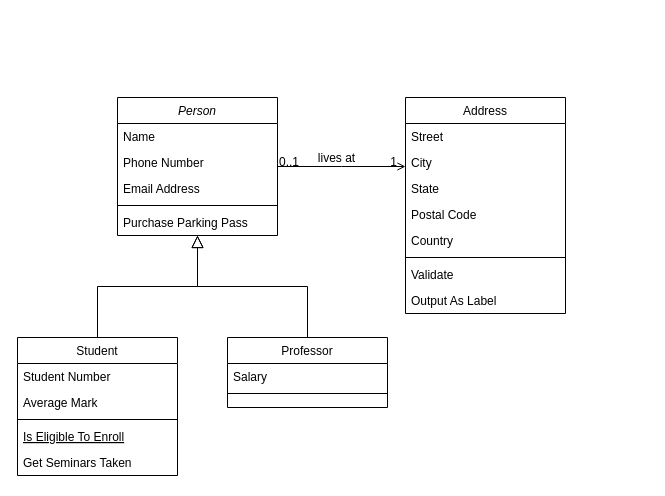
Before: Diagrama sin título.drawio in luiscarlos370/ProyectoFJS, a draw.io diagram. Source tidied: cells renumbered, new cells numbered last; positions are measured from the earlier drawing's top-left corner, leaving out a move shared by most shapes. Both pictures are drawn from the tidied source at 100%, with x=0, y=0 at pixel (17, 97).
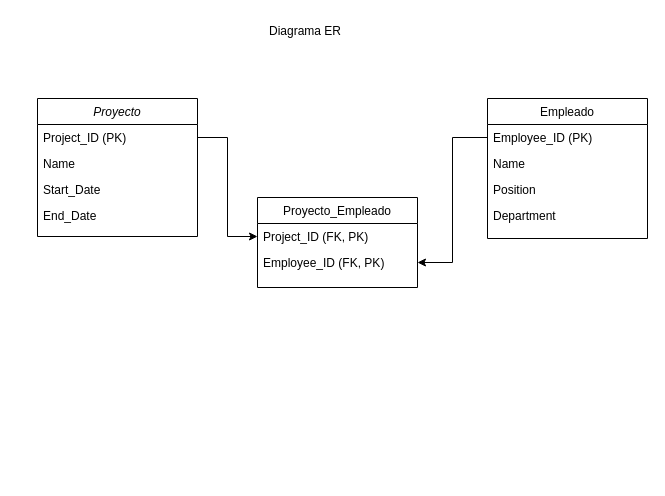
After the change.

The edit, as a diff of the source:
```diff
@@
-    <mxCell id="2" value="Person" style="swimlane;fontStyle=2;align=center;verticalAlign=top;horizontal=1;startSize=26;rounded=0;shadow=0;strokeWidth=1;" parent="1" vertex="1">
-      <mxGeometry x="100" width="160" height="138" as="geometry" />
+    <mxCell id="2" value="Proyecto       " style="swimlane;fontStyle=2;align=center;verticalAlign=top;horizontal=1;startSize=26;rounded=0;shadow=0;strokeWidth=1;" parent="1" vertex="1">
+      <mxGeometry x="20" y="1" width="160" height="138" as="geometry" />
     </mxCell>
-    <mxCell id="3" value="Name" style="text;align=left;verticalAlign=top;spacingLeft=4;spacingRight=4;overflow=hidden;points=[[0,0.5],[1,0.5]];portConstraint=eastwest;" parent="2" vertex="1">
+    <mxCell id="3" value="Project_ID (PK)" style="text;align=left;verticalAlign=top;spacingLeft=4;spacingRight=4;overflow=hidden;points=[[0,0.5],[1,0.5]];portConstraint=eastwest;" parent="2" vertex="1">
       <mxGeometry y="26" width="160" height="26" as="geometry" />
     </mxCell>
-    <mxCell id="4" value="Phone Number" style="text;align=left;verticalAlign=top;spacingLeft=4;spacingRight=4;overflow=hidden;rounded=0;shadow=0;html=0;" parent="2" vertex="1">
+    <mxCell id="4" value="Name                " style="text;align=left;verticalAlign=top;spacingLeft=4;spacingRight=4;overflow=hidden;rounded=0;shadow=0;html=0;" parent="2" vertex="1">
       <mxGeometry y="52" width="160" height="26" as="geometry" />
     </mxCell>
-    <mxCell id="5" value="Email Address" style="text;align=left;verticalAlign=top;spacingLeft=4;spacingRight=4;overflow=hidden;rounded=0;shadow=0;html=0;" parent="2" vertex="1">
+    <mxCell id="5" value="Start_Date          " style="text;align=left;verticalAlign=top;spacingLeft=4;spacingRight=4;overflow=hidden;rounded=0;shadow=0;html=0;" parent="2" vertex="1">
       <mxGeometry y="78" width="160" height="26" as="geometry" />
     </mxCell>
-    <mxCell id="6" style="line;html=1;strokeWidth=1;align=left;verticalAlign=middle;spacingTop=-1;spacingLeft=3;spacingRight=3;labelPosition=right;" parent="2" vertex="1">
-      <mxGeometry y="104" width="160" height="8" as="geometry" />
-    </mxCell>
-    <mxCell id="7" value="Purchase Parking Pass" style="text;align=left;verticalAlign=top;spacingLeft=4;spacingRight=4;overflow=hidden;" parent="2" vertex="1">
-      <mxGeometry y="112" width="160" height="26" as="geometry" />
+    <mxCell id="7" value="End_Date            " style="text;align=left;verticalAlign=top;spacingLeft=4;spacingRight=4;overflow=hidden;" parent="2" vertex="1">
+      <mxGeometry y="104" width="160" height="26" as="geometry" />
     </mxCell>
-    <mxCell id="8" value="Student" style="swimlane;fontStyle=0;align=center;verticalAlign=top;horizontal=1;startSize=26;rounded=0;shadow=0;strokeWidth=1;" parent="1" vertex="1">
-      <mxGeometry y="240" width="160" height="138" as="geometry" />
+    <mxCell id="8" value="Proyecto_Empleado     " style="swimlane;fontStyle=0;align=center;verticalAlign=top;horizontal=1;startSize=26;rounded=0;shadow=0;strokeWidth=1;" parent="1" vertex="1">
+      <mxGeometry x="240" y="100" width="160" height="90" as="geometry" />
     </mxCell>
-    <mxCell id="9" value="Student Number" style="text;align=left;verticalAlign=top;spacingLeft=4;spacingRight=4;overflow=hidden;points=[[0,0.5],[1,0.5]];portConstraint=eastwest;" parent="8" vertex="1">
+    <mxCell id="9" value="Project_ID (FK, PK) " style="text;align=left;verticalAlign=top;spacingLeft=4;spacingRight=4;overflow=hidden;points=[[0,0.5],[1,0.5]];portConstraint=eastwest;" parent="8" vertex="1">
       <mxGeometry y="26" width="160" height="26" as="geometry" />
     </mxCell>
-    <mxCell id="10" value="Average Mark" style="text;align=left;verticalAlign=top;spacingLeft=4;spacingRight=4;overflow=hidden;points=[[0,0.5],[1,0.5]];portConstraint=eastwest;rounded=0;shadow=0;html=0;" parent="8" vertex="1">
+    <mxCell id="10" value="Employee_ID (FK, PK)" style="text;align=left;verticalAlign=top;spacingLeft=4;spacingRight=4;overflow=hidden;points=[[0,0.5],[1,0.5]];portConstraint=eastwest;rounded=0;shadow=0;html=0;" parent="8" vertex="1">
       <mxGeometry y="52" width="160" height="26" as="geometry" />
     </mxCell>
-    <mxCell id="11" style="line;html=1;strokeWidth=1;align=left;verticalAlign=middle;spacingTop=-1;spacingLeft=3;spacingRight=3;labelPosition=right;" parent="8" vertex="1">
-      <mxGeometry y="78" width="160" height="8" as="geometry" />
-    </mxCell>
-    <mxCell id="12" value="Is Eligible To Enroll" style="text;align=left;verticalAlign=top;spacingLeft=4;spacingRight=4;overflow=hidden;fontStyle=4;" parent="8" vertex="1">
-      <mxGeometry y="86" width="160" height="26" as="geometry" />
-    </mxCell>
-    <mxCell id="13" value="Get Seminars Taken" style="text;align=left;verticalAlign=top;spacingLeft=4;spacingRight=4;overflow=hidden;" parent="8" vertex="1">
-      <mxGeometry y="112" width="160" height="26" as="geometry" />
-    </mxCell>
-    <mxCell id="14" style="endArrow=block;endSize=10;endFill=0;shadow=0;strokeWidth=1;rounded=0;curved=0;edgeStyle=elbowEdgeStyle;elbow=vertical;" parent="1" edge="1" source="8" target="2">
-      <mxGeometry relative="1" as="geometry" />
-    </mxCell>
-    <mxCell id="15" value="Professor" style="swimlane;fontStyle=0;align=center;verticalAlign=top;horizontal=1;startSize=26;rounded=0;shadow=0;strokeWidth=1;" parent="1" vertex="1">
-      <mxGeometry x="210" y="240" width="160" height="70" as="geometry" />
-    </mxCell>
-    <mxCell id="16" value="Salary" style="text;align=left;verticalAlign=top;spacingLeft=4;spacingRight=4;overflow=hidden;" parent="15" vertex="1">
-      <mxGeometry y="26" width="160" height="26" as="geometry" />
-    </mxCell>
-    <mxCell id="17" style="line;html=1;strokeWidth=1;align=left;verticalAlign=middle;spacingTop=-1;spacingLeft=3;spacingRight=3;labelPosition=right;" parent="15" vertex="1">
-      <mxGeometry y="52" width="160" height="8" as="geometry" />
-    </mxCell>
-    <mxCell id="18" style="endArrow=block;endSize=10;endFill=0;shadow=0;strokeWidth=1;rounded=0;curved=0;edgeStyle=elbowEdgeStyle;elbow=vertical;" parent="1" edge="1" source="15" target="2">
-      <mxGeometry relative="1" as="geometry" />
-    </mxCell>
-    <mxCell id="19" value="Address" style="swimlane;fontStyle=0;align=center;verticalAlign=top;horizontal=1;startSize=26;rounded=0;shadow=0;strokeWidth=1;" parent="1" vertex="1">
-      <mxGeometry x="388" width="160" height="216" as="geometry" />
+    <mxCell id="19" value="Empleado       " style="swimlane;fontStyle=0;align=center;verticalAlign=top;horizontal=1;startSize=26;rounded=0;shadow=0;strokeWidth=1;" parent="1" vertex="1">
+      <mxGeometry x="470" y="1" width="160" height="140" as="geometry" />
     </mxCell>
-    <mxCell id="20" value="Street" style="text;align=left;verticalAlign=top;spacingLeft=4;spacingRight=4;overflow=hidden;points=[[0,0.5],[1,0.5]];portConstraint=eastwest;" parent="19" vertex="1">
+    <mxCell id="20" value="Employee_ID (PK)" style="text;align=left;verticalAlign=top;spacingLeft=4;spacingRight=4;overflow=hidden;points=[[0,0.5],[1,0.5]];portConstraint=eastwest;" parent="19" vertex="1">
       <mxGeometry y="26" width="160" height="26" as="geometry" />
     </mxCell>
-    <mxCell id="21" value="City" style="text;align=left;verticalAlign=top;spacingLeft=4;spacingRight=4;overflow=hidden;rounded=0;shadow=0;html=0;" parent="19" vertex="1">
+    <mxCell id="21" value="Name                " style="text;align=left;verticalAlign=top;spacingLeft=4;spacingRight=4;overflow=hidden;rounded=0;shadow=0;html=0;" parent="19" vertex="1">
       <mxGeometry y="52" width="160" height="26" as="geometry" />
     </mxCell>
-    <mxCell id="22" value="State" style="text;align=left;verticalAlign=top;spacingLeft=4;spacingRight=4;overflow=hidden;rounded=0;shadow=0;html=0;" parent="19" vertex="1">
+    <mxCell id="22" value="Position            " style="text;align=left;verticalAlign=top;spacingLeft=4;spacingRight=4;overflow=hidden;rounded=0;shadow=0;html=0;" parent="19" vertex="1">
       <mxGeometry y="78" width="160" height="26" as="geometry" />
     </mxCell>
-    <mxCell id="23" value="Postal Code" style="text;align=left;verticalAlign=top;spacingLeft=4;spacingRight=4;overflow=hidden;rounded=0;shadow=0;html=0;" parent="19" vertex="1">
+    <mxCell id="23" value="Department          " style="text;align=left;verticalAlign=top;spacingLeft=4;spacingRight=4;overflow=hidden;rounded=0;shadow=0;html=0;" parent="19" vertex="1">
       <mxGeometry y="104" width="160" height="26" as="geometry" />
     </mxCell>
-    <mxCell id="24" value="Country" style="text;align=left;verticalAlign=top;spacingLeft=4;spacingRight=4;overflow=hidden;rounded=0;shadow=0;html=0;" parent="19" vertex="1">
-      <mxGeometry y="130" width="160" height="26" as="geometry" />
-    </mxCell>
-    <mxCell id="25" style="line;html=1;strokeWidth=1;align=left;verticalAlign=middle;spacingTop=-1;spacingLeft=3;spacingRight=3;labelPosition=right;" parent="19" vertex="1">
-      <mxGeometry y="156" width="160" height="8" as="geometry" />
-    </mxCell>
-    <mxCell id="26" value="Validate" style="text;align=left;verticalAlign=top;spacingLeft=4;spacingRight=4;overflow=hidden;" parent="19" vertex="1">
-      <mxGeometry y="164" width="160" height="26" as="geometry" />
-    </mxCell>
-    <mxCell id="27" value="Output As Label" style="text;align=left;verticalAlign=top;spacingLeft=4;spacingRight=4;overflow=hidden;" parent="19" vertex="1">
-      <mxGeometry y="190" width="160" height="26" as="geometry" />
-    </mxCell>
-    <mxCell id="28" style="endArrow=open;shadow=0;strokeWidth=1;rounded=0;curved=0;endFill=1;edgeStyle=elbowEdgeStyle;elbow=vertical;" parent="1" edge="1" source="2" target="19">
-      <mxGeometry x="0.5" y="41" relative="1" as="geometry">
-        <mxPoint x="-40" y="32" as="offset" />
-      </mxGeometry>
-    </mxCell>
-    <mxCell id="29" value="0..1" style="align=left;verticalAlign=bottom;labelBackgroundColor=none;fontSize=12;" parent="28" vertex="1">
-      <mxGeometry x="-1" relative="1" as="geometry">
-        <mxPoint y="4" as="offset" />
-      </mxGeometry>
-    </mxCell>
-    <mxCell id="30" value="1" style="align=right;verticalAlign=bottom;labelBackgroundColor=none;fontSize=12;" parent="28" vertex="1">
-      <mxGeometry x="1" relative="1" as="geometry">
-        <mxPoint x="-7" y="4" as="offset" />
-      </mxGeometry>
-    </mxCell>
-    <mxCell id="31" value="lives at" style="text;html=1;align=center;verticalAlign=middle;labelBackgroundColor=none;rounded=0;shadow=0;strokeWidth=1;fontSize=12;" parent="28" vertex="1">
-      <mxGeometry x="0.5" y="49" relative="1" as="geometry">
-        <mxPoint x="-38" y="40" as="offset" />
-      </mxGeometry>
-    </mxCell>
+    <mxCell id="32" style="edgeStyle=orthogonalEdgeStyle;rounded=0;jettySize=auto;html=1;entryX=0;entryY=0.5;entryDx=0;entryDy=0;" parent="1" edge="1" source="3" target="9">
+      <mxGeometry relative="1" as="geometry" />
+    </mxCell>
+    <mxCell id="33" style="edgeStyle=orthogonalEdgeStyle;rounded=0;jettySize=auto;html=1;entryX=1;entryY=0.5;entryDx=0;entryDy=0;" parent="1" edge="1" source="20" target="10">
+      <mxGeometry relative="1" as="geometry" />
+    </mxCell>
+    <mxCell id="34" value="Diagrama ER" style="text;whiteSpace=wrap;html=1;" parent="1" vertex="1">
+      <mxGeometry x="250" y="-80" width="110" height="40" as="geometry" />
+    </mxCell>
```
